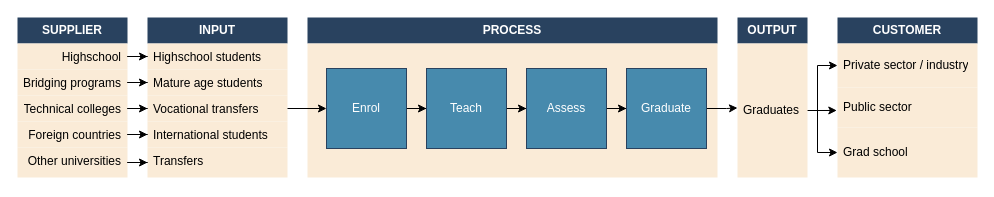
This is page "sipoc" (3 of 5) of assets/docs/posts/2025/sipoc.drawio from Woolfrey/woolfrey.github.io, a draw.io file, before an edit. Source tidied: cells renumbered, new cells numbered last; positions are measured from the earlier drawing's top-left corner, leaving out a move shared by most shapes. Both pictures are drawn from the tidied source at 100%, with x=0, y=0 at pixel (17, 17).
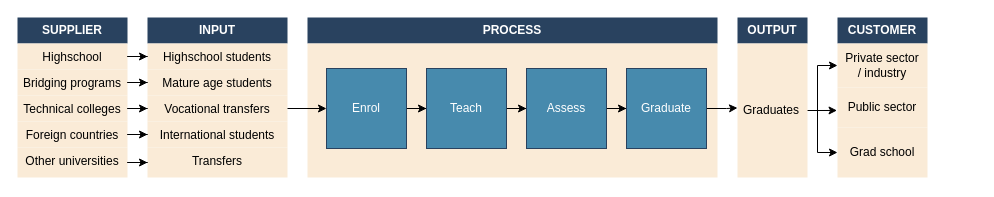
The same page after the edit.

Unchanged cells that the change refers to:
```xml
<mxCell id="12" value="&lt;b&gt;&lt;font color=&quot;#ffffff&quot;&gt;INPUT&lt;/font&gt;&lt;/b&gt;" style="swimlane;fontStyle=0;horizontal=1;startSize=26;fillColor=#29425F;whiteSpace=wrap;html=1;strokeColor=none;" parent="1" vertex="1">
  <mxGeometry x="130" width="140" height="160" as="geometry" />
</mxCell>
<mxCell id="20" value="&lt;b&gt;&lt;font color=&quot;#ffffff&quot;&gt;SUPPLIER&lt;/font&gt;&lt;/b&gt;" style="swimlane;fontStyle=0;horizontal=1;startSize=26;fillColor=#29425F;whiteSpace=wrap;html=1;strokeColor=none;" parent="1" vertex="1">
  <mxGeometry width="110" height="160" as="geometry" />
</mxCell>
```

Diff of the diagram source:
```diff
@@
-    <mxCell id="13" value="Highschool students" style="text;strokeColor=none;fillColor=#FAEBD7;align=left;verticalAlign=top;spacingLeft=4;spacingRight=4;overflow=hidden;points=[[0,0.5],[1,0.5]];portConstraint=eastwest;whiteSpace=wrap;html=1;" parent="12" vertex="1">
+    <mxCell id="13" value="Highschool students" style="text;strokeColor=none;fillColor=#FAEBD7;align=center;verticalAlign=top;spacingLeft=4;spacingRight=4;overflow=hidden;points=[[0,0.5],[1,0.5]];portConstraint=eastwest;whiteSpace=wrap;html=1;" parent="12" vertex="1">
       <mxGeometry y="26" width="140" height="26" as="geometry" />
     </mxCell>
-    <mxCell id="14" value="Mature age students" style="text;strokeColor=none;fillColor=#FAEBD7;align=left;verticalAlign=top;spacingLeft=4;spacingRight=4;overflow=hidden;points=[[0,0.5],[1,0.5]];portConstraint=eastwest;whiteSpace=wrap;html=1;" parent="12" vertex="1">
+    <mxCell id="14" value="Mature age students" style="text;strokeColor=none;fillColor=#FAEBD7;align=center;verticalAlign=top;spacingLeft=4;spacingRight=4;overflow=hidden;points=[[0,0.5],[1,0.5]];portConstraint=eastwest;whiteSpace=wrap;html=1;" parent="12" vertex="1">
       <mxGeometry y="52" width="140" height="26" as="geometry" />
     </mxCell>
-    <mxCell id="15" value="Vocational transfers" style="text;strokeColor=none;fillColor=#FAEBD7;align=left;verticalAlign=top;spacingLeft=4;spacingRight=4;overflow=hidden;points=[[0,0.5],[1,0.5]];portConstraint=eastwest;whiteSpace=wrap;html=1;" parent="12" vertex="1">
+    <mxCell id="15" value="Vocational transfers" style="text;strokeColor=none;fillColor=#FAEBD7;align=center;verticalAlign=top;spacingLeft=4;spacingRight=4;overflow=hidden;points=[[0,0.5],[1,0.5]];portConstraint=eastwest;whiteSpace=wrap;html=1;" parent="12" vertex="1">
       <mxGeometry y="78" width="140" height="26" as="geometry" />
     </mxCell>
-    <mxCell id="16" value="International students" style="text;strokeColor=none;fillColor=#FAEBD7;align=left;verticalAlign=top;spacingLeft=4;spacingRight=4;overflow=hidden;points=[[0,0.5],[1,0.5]];portConstraint=eastwest;whiteSpace=wrap;html=1;" parent="12" vertex="1">
+    <mxCell id="16" value="International students" style="text;strokeColor=none;fillColor=#FAEBD7;align=center;verticalAlign=top;spacingLeft=4;spacingRight=4;overflow=hidden;points=[[0,0.5],[1,0.5]];portConstraint=eastwest;whiteSpace=wrap;html=1;" parent="12" vertex="1">
       <mxGeometry y="104" width="140" height="26" as="geometry" />
     </mxCell>
-    <mxCell id="17" value="Transfers" style="text;strokeColor=none;fillColor=#FAEBD7;align=left;verticalAlign=top;spacingLeft=4;spacingRight=4;overflow=hidden;points=[[0,0.5],[1,0.5]];portConstraint=eastwest;whiteSpace=wrap;html=1;" parent="12" vertex="1">
+    <mxCell id="17" value="Transfers" style="text;strokeColor=none;fillColor=#FAEBD7;align=center;verticalAlign=top;spacingLeft=4;spacingRight=4;overflow=hidden;points=[[0,0.5],[1,0.5]];portConstraint=eastwest;whiteSpace=wrap;html=1;" parent="12" vertex="1">
       <mxGeometry y="130" width="140" height="30" as="geometry" />
     </mxCell>
@@
-    <mxCell id="21" value="Highschool" style="text;strokeColor=none;fillColor=#FAEBD7;align=right;verticalAlign=top;spacingLeft=4;spacingRight=4;overflow=hidden;points=[[0,0.5],[1,0.5]];portConstraint=eastwest;whiteSpace=wrap;html=1;" parent="20" vertex="1">
+    <mxCell id="21" value="Highschool" style="text;strokeColor=none;fillColor=#FAEBD7;align=center;verticalAlign=top;spacingLeft=4;spacingRight=4;overflow=hidden;points=[[0,0.5],[1,0.5]];portConstraint=eastwest;whiteSpace=wrap;html=1;" parent="20" vertex="1">
       <mxGeometry y="26" width="110" height="26" as="geometry" />
     </mxCell>
-    <mxCell id="22" value="Bridging programs" style="text;strokeColor=none;fillColor=#FAEBD7;align=right;verticalAlign=top;spacingLeft=4;spacingRight=4;overflow=hidden;points=[[0,0.5],[1,0.5]];portConstraint=eastwest;whiteSpace=wrap;html=1;" parent="20" vertex="1">
+    <mxCell id="22" value="Bridging programs" style="text;strokeColor=none;fillColor=#FAEBD7;align=center;verticalAlign=top;spacingLeft=4;spacingRight=4;overflow=hidden;points=[[0,0.5],[1,0.5]];portConstraint=eastwest;whiteSpace=wrap;html=1;" parent="20" vertex="1">
       <mxGeometry y="52" width="110" height="26" as="geometry" />
     </mxCell>
-    <mxCell id="23" value="Technical colleges" style="text;strokeColor=none;fillColor=#FAEBD7;align=right;verticalAlign=top;spacingLeft=4;spacingRight=4;overflow=hidden;points=[[0,0.5],[1,0.5]];portConstraint=eastwest;whiteSpace=wrap;html=1;" parent="20" vertex="1">
+    <mxCell id="23" value="Technical colleges" style="text;strokeColor=none;fillColor=#FAEBD7;align=center;verticalAlign=top;spacingLeft=4;spacingRight=4;overflow=hidden;points=[[0,0.5],[1,0.5]];portConstraint=eastwest;whiteSpace=wrap;html=1;" parent="20" vertex="1">
       <mxGeometry y="78" width="110" height="26" as="geometry" />
     </mxCell>
-    <mxCell id="24" value="Foreign countries" style="text;strokeColor=none;fillColor=#FAEBD7;align=right;verticalAlign=top;spacingLeft=4;spacingRight=4;overflow=hidden;points=[[0,0.5],[1,0.5]];portConstraint=eastwest;whiteSpace=wrap;html=1;" parent="20" vertex="1">
+    <mxCell id="24" value="Foreign countries" style="text;strokeColor=none;fillColor=#FAEBD7;align=center;verticalAlign=top;spacingLeft=4;spacingRight=4;overflow=hidden;points=[[0,0.5],[1,0.5]];portConstraint=eastwest;whiteSpace=wrap;html=1;" parent="20" vertex="1">
       <mxGeometry y="104" width="110" height="26" as="geometry" />
     </mxCell>
-    <mxCell id="25" value="Other universities" style="text;strokeColor=none;fillColor=#FAEBD7;align=right;verticalAlign=top;spacingLeft=4;spacingRight=4;overflow=hidden;points=[[0,0.5],[1,0.5]];portConstraint=eastwest;whiteSpace=wrap;html=1;" parent="20" vertex="1">
+    <mxCell id="25" value="Other universities" style="text;strokeColor=none;fillColor=#FAEBD7;align=center;verticalAlign=top;spacingLeft=4;spacingRight=4;overflow=hidden;points=[[0,0.5],[1,0.5]];portConstraint=eastwest;whiteSpace=wrap;html=1;" parent="20" vertex="1">
       <mxGeometry y="130" width="110" height="30" as="geometry" />
     </mxCell>
@@
     <mxCell id="31" value="&lt;b&gt;&lt;font color=&quot;#ffffff&quot;&gt;CUSTOMER&lt;/font&gt;&lt;/b&gt;" style="swimlane;fontStyle=0;horizontal=1;startSize=26;fillColor=#29425F;whiteSpace=wrap;html=1;strokeColor=none;" parent="1" vertex="1">
-      <mxGeometry x="820" width="140" height="160" as="geometry" />
+      <mxGeometry x="820" width="90" height="160" as="geometry" />
     </mxCell>
-    <mxCell id="32" value="Private sector / industry" style="text;strokeColor=none;fillColor=#FAEBD7;align=left;verticalAlign=middle;spacingLeft=4;spacingRight=4;overflow=hidden;points=[[0,0.5],[1,0.5]];portConstraint=eastwest;whiteSpace=wrap;html=1;" parent="31" vertex="1">
-      <mxGeometry y="26" width="140" height="44" as="geometry" />
+    <mxCell id="32" value="Private sector / industry" style="text;strokeColor=none;fillColor=#FAEBD7;align=center;verticalAlign=middle;spacingLeft=4;spacingRight=4;overflow=hidden;points=[[0,0.5],[1,0.5]];portConstraint=eastwest;whiteSpace=wrap;html=1;" parent="31" vertex="1">
+      <mxGeometry y="26" width="90" height="44" as="geometry" />
     </mxCell>
-    <mxCell id="33" value="Public sector" style="text;strokeColor=none;fillColor=#FAEBD7;align=left;verticalAlign=middle;spacingLeft=4;spacingRight=4;overflow=hidden;points=[[0,0.5],[1,0.5]];portConstraint=eastwest;whiteSpace=wrap;html=1;" parent="31" vertex="1">
-      <mxGeometry y="70" width="140" height="40" as="geometry" />
+    <mxCell id="33" value="Public sector" style="text;strokeColor=none;fillColor=#FAEBD7;align=center;verticalAlign=middle;spacingLeft=4;spacingRight=4;overflow=hidden;points=[[0,0.5],[1,0.5]];portConstraint=eastwest;whiteSpace=wrap;html=1;" parent="31" vertex="1">
+      <mxGeometry y="70" width="90" height="40" as="geometry" />
     </mxCell>
-    <mxCell id="34" value="Grad school" style="text;strokeColor=none;fillColor=#FAEBD7;align=left;verticalAlign=middle;spacingLeft=4;spacingRight=4;overflow=hidden;points=[[0,0.5],[1,0.5]];portConstraint=eastwest;whiteSpace=wrap;html=1;" parent="31" vertex="1">
-      <mxGeometry y="110" width="140" height="50" as="geometry" />
+    <mxCell id="34" value="Grad school" style="text;strokeColor=none;fillColor=#FAEBD7;align=center;verticalAlign=middle;spacingLeft=4;spacingRight=4;overflow=hidden;points=[[0,0.5],[1,0.5]];portConstraint=eastwest;whiteSpace=wrap;html=1;" parent="31" vertex="1">
+      <mxGeometry y="110" width="90" height="50" as="geometry" />
     </mxCell>
```
